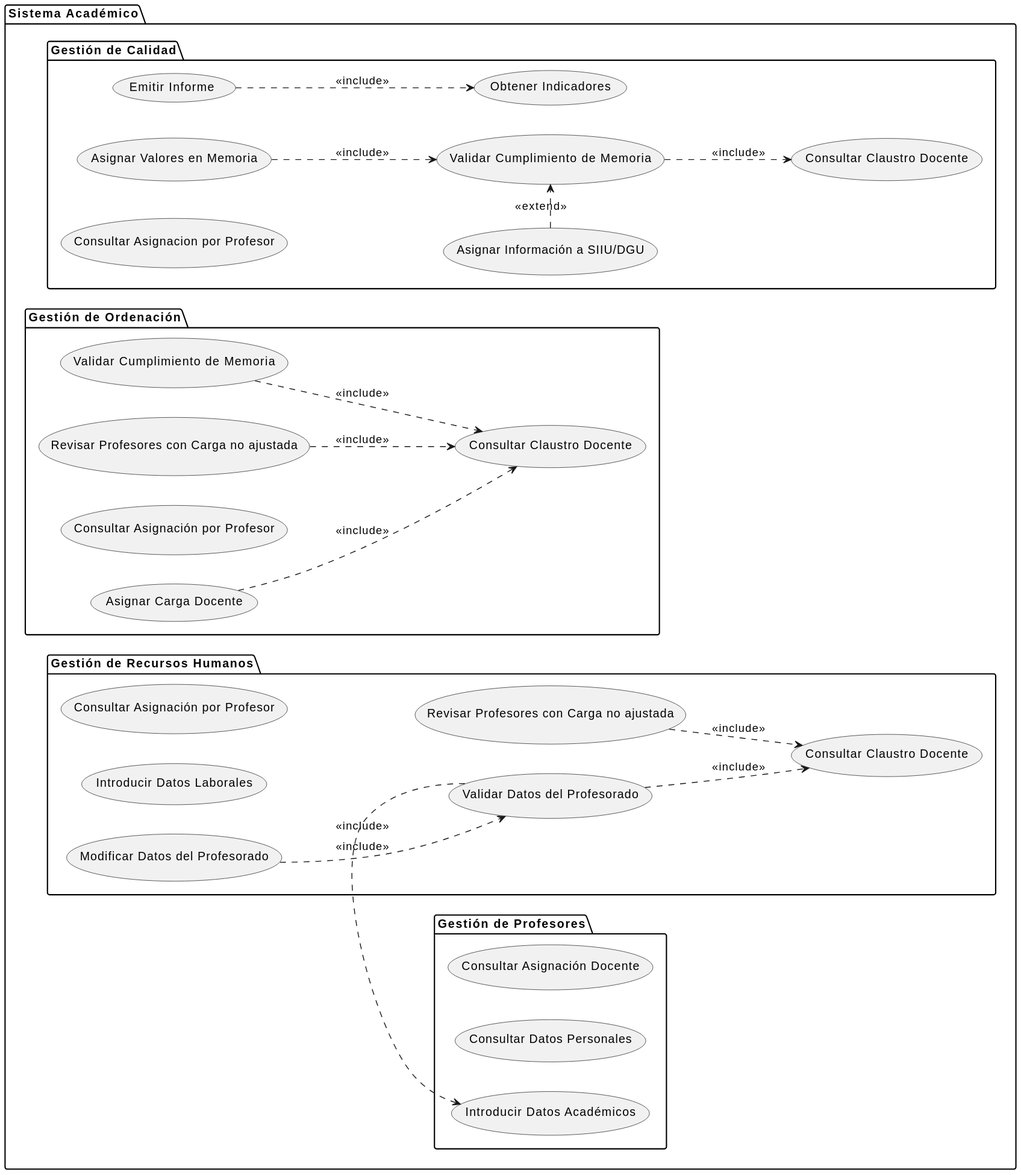
Above: images/modelosUML/CdU/PorActor/Sistema.svg in mmasias/24-25-IdSw1-SDR (PlantUML), before the change.
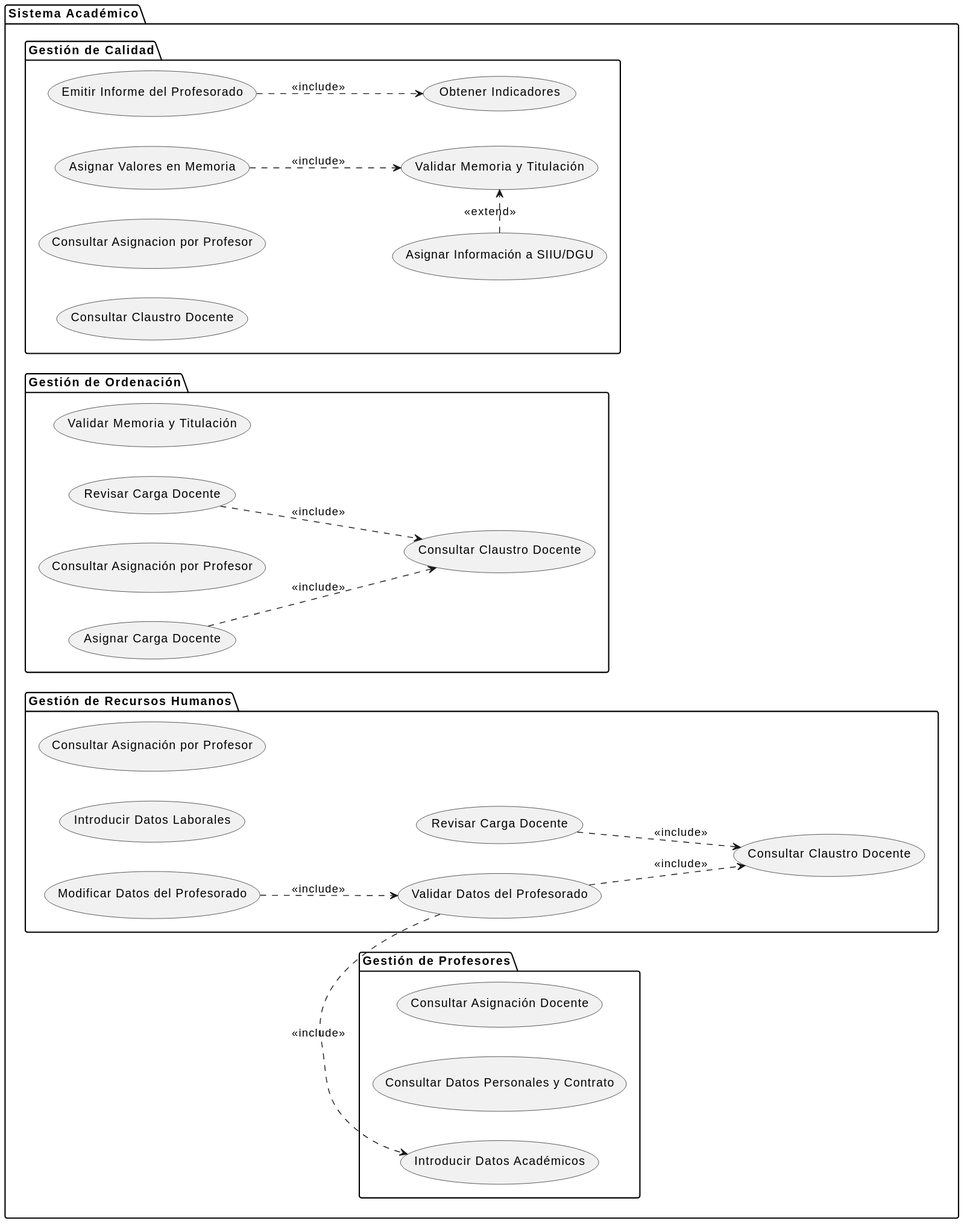
Later version of the same file.

Commit message:
Actualizar diagramas de estados y casos de uso en la documentación

Diff of the diagram source:
```diff
@@ -4,7 +4,7 @@
 package "Sistema Académico" {
     package "Gestión de Profesores" {
         usecase "Introducir Datos Académicos" as IntroducirExperiencia
-        usecase "Consultar Datos Personales" as ConsultarDatosPersonales
+        usecase "Consultar Datos Personales y Contrato" as ConsultarDatosPersonales
         usecase "Consultar Asignación Docente" as ConsultarAsignaciones
     }
 
@@ -12,17 +12,18 @@
         usecase "Validar Datos del Profesorado" as ValidarDatosRRHH
         usecase "Modificar Datos del Profesorado" as ModificarDatosRRHH
         usecase "Introducir Datos Laborales" as IntroducirContrato
-        usecase "Revisar Profesores con Carga no ajustada" as RevisarCargaRRHH
+        usecase "Revisar Carga Docente" as RevisarCargaRRHH
         usecase "Consultar Claustro Docente" as ConsultarClaustroRRHH
         usecase "Consultar Asignación por Profesor" as ConsultarAsignacionRRHH
     }
 
     package "Gestión de Ordenación" {
         usecase "Asignar Carga Docente" as AsignarCargaOrdenacion
+        usecase "Consultar Asignación por Profesor" as ConsultarAsignacionOrdenacion
+        usecase "Revisar Carga Docente" as RevisarCargaOrdenacion
+        usecase "Validar Memoria y Titulación" as RevisarMemoria
         usecase "Consultar Claustro Docente" as ConsultarClaustroOrdenacion
-        usecase "Consultar Asignación por Profesor" as ConsultarAsignacionOrdenacion
-        usecase "Revisar Profesores con Carga no ajustada" as RevisarCargaOrdenacion
-        usecase "Validar Cumplimiento de Memoria" as RevisarMemoria
+
     }
 
     package "Gestión de Calidad" {
@@ -30,9 +31,9 @@
         usecase "Consultar Asignacion por Profesor" as ConsultarAsignacionCalidad
         usecase "Asignar Valores en Memoria" as AsignarValoresMemoria
         usecase "Asignar Información a SIIU/DGU" as AsignarInformacion
-        usecase "Validar Cumplimiento de Memoria" as ValidarMemoria
+        usecase "Validar Memoria y Titulación" as ValidarMemoria
         usecase "Obtener Indicadores" as ObtenerIndicadores
-        usecase "Emitir Informe" as EmitirInforme
+        usecase "Emitir Informe del Profesorado" as EmitirInforme
     }
 
     ValidarDatosRRHH ..> ConsultarClaustroRRHH : <<include>>
@@ -41,10 +42,8 @@
     ValidarDatosRRHH .> IntroducirExperiencia : <<include>>
 
     AsignarCargaOrdenacion ..> ConsultarClaustroOrdenacion : <<include>>
-    RevisarMemoria ..> ConsultarClaustroOrdenacion : <<include>>
     RevisarCargaOrdenacion ..> ConsultarClaustroOrdenacion : <<include>>
 
-    ValidarMemoria ..> ConsultarClaustroCalidad : <<include>>
     EmitirInforme ..> ObtenerIndicadores : <<include>>
     AsignarValoresMemoria ..> ValidarMemoria : <<include>>
 
```
